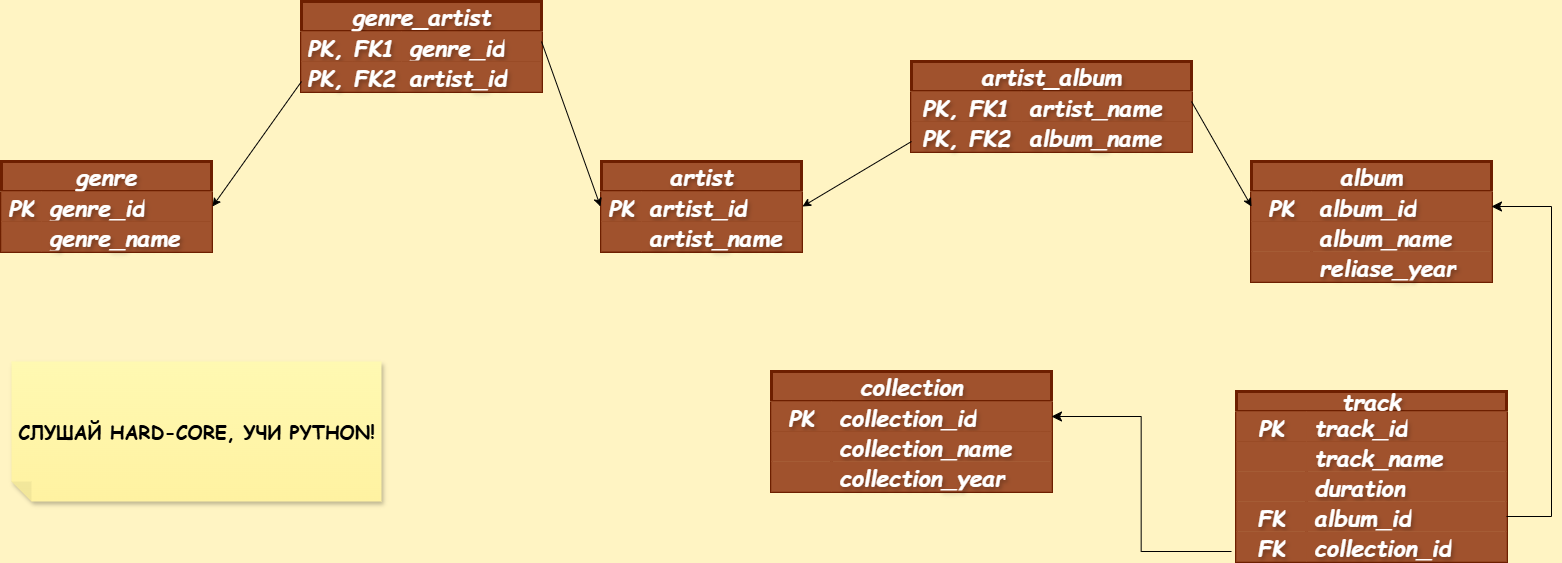
This is Диаграмма ЛеркиROCKNROLL.drawio.png from lerkarocknroll/Home_work_2, a draw.io export, as it was before one commit. Source tidied: cells renumbered, new cells last; positions are measured from the earlier drawing's top-left corner, leaving out a move shared by most shapes.
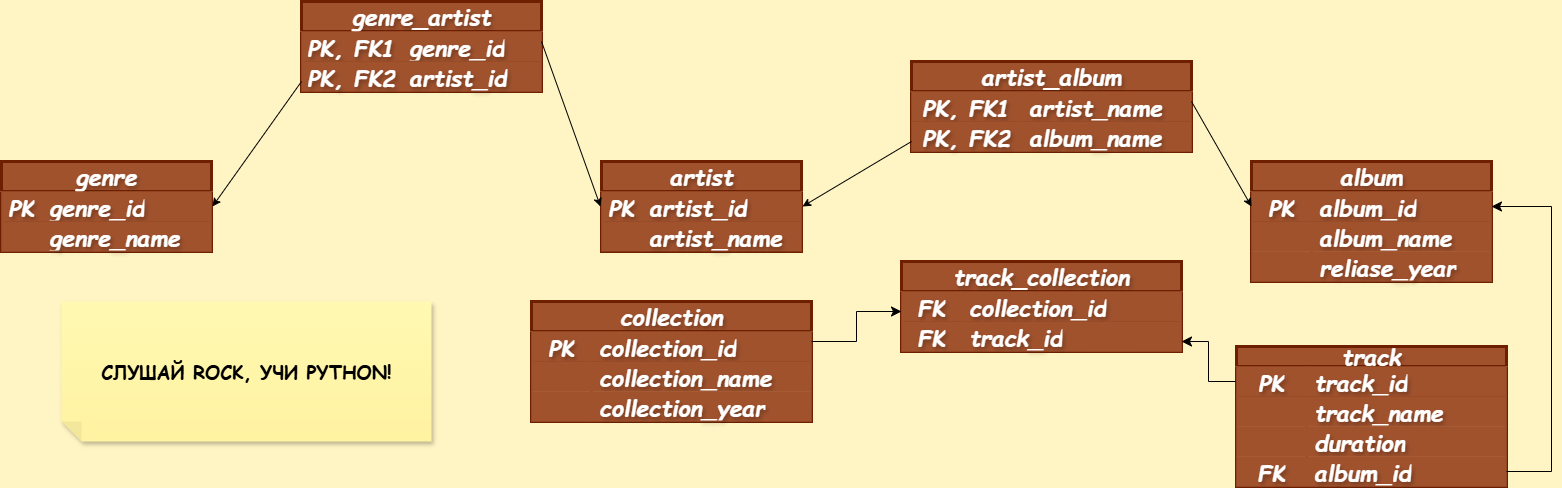
The same diagram one commit later.

Diff of the diagram source:
```diff
@@ -81,7 +81,7 @@
       <mxGeometry x="60" width="180" height="30" as="geometry" />
     </mxCell>
     <mxCell id="27" value="&lt;div style=&quot;overflow: auto; padding: 9.144px 13.716px; text-wrap-mode: wrap; word-break: break-all; text-align: start; margin-top: 0px !important; margin-bottom: 0px !important;&quot;&gt;track&lt;/div&gt;" style="shape=table;startSize=20;rowLines=0;fontStyle=3;align=center;html=1;whiteSpace=wrap;fontFamily=Comic Sans MS;labelBackgroundColor=none;textShadow=1;fillColor=#a0522d;strokeColor=#6D1F00;fontColor=#ffffff;fontSize=23;strokeWidth=3;perimeterSpacing=1;" parent="1" vertex="1">
-      <mxGeometry x="1235" y="390" width="270" height="170" as="geometry" />
+      <mxGeometry x="1235" y="345" width="270" height="140" as="geometry" />
     </mxCell>
     <mxCell id="28" style="shape=tableRow;horizontal=0;startSize=0;swimlaneHead=0;swimlaneBody=0;fillColor=#a0522d;top=0;left=0;right=0;bottom=1;fontFamily=Comic Sans MS;fontStyle=3;labelBackgroundColor=none;textShadow=1;strokeColor=#6D1F00;fontColor=#ffffff;fontSize=23;" parent="27" vertex="1">
       <mxGeometry y="20" width="270" height="30" as="geometry" />
@@ -119,17 +119,8 @@
     <mxCell id="39" value="album_id" style="shape=partialRectangle;fillColor=#a0522d;top=0;left=0;bottom=0;right=0;align=left;spacingLeft=6;overflow=hidden;whiteSpace=wrap;html=1;fontFamily=Comic Sans MS;fontStyle=3;labelBackgroundColor=none;textShadow=1;strokeColor=#6D1F00;fontColor=#ffffff;fontSize=23;" parent="37" vertex="1">
       <mxGeometry x="70" width="200" height="30" as="geometry" />
     </mxCell>
-    <mxCell id="40" style="shape=tableRow;horizontal=0;startSize=0;swimlaneHead=0;swimlaneBody=0;fillColor=#a0522d;top=0;left=0;right=0;bottom=0;fontFamily=Comic Sans MS;fontStyle=3;labelBackgroundColor=none;textShadow=1;strokeColor=#6D1F00;fontColor=#ffffff;fontSize=23;" parent="27" vertex="1">
-      <mxGeometry y="140" width="270" height="30" as="geometry" />
-    </mxCell>
-    <mxCell id="41" value="FK" style="shape=partialRectangle;fillColor=#a0522d;top=0;left=0;bottom=0;right=0;overflow=hidden;whiteSpace=wrap;html=1;fontFamily=Comic Sans MS;fontStyle=3;labelBackgroundColor=none;textShadow=1;strokeColor=#6D1F00;fontColor=#ffffff;fontSize=23;" parent="40" vertex="1">
-      <mxGeometry width="70" height="30" as="geometry" />
-    </mxCell>
-    <mxCell id="42" value="collection_id" style="shape=partialRectangle;fillColor=#a0522d;top=0;left=0;bottom=0;right=0;align=left;spacingLeft=6;overflow=hidden;whiteSpace=wrap;html=1;fontFamily=Comic Sans MS;fontStyle=3;labelBackgroundColor=none;textShadow=1;strokeColor=#6D1F00;fontColor=#ffffff;fontSize=23;" parent="40" vertex="1">
-      <mxGeometry x="70" width="200" height="30" as="geometry" />
-    </mxCell>
-    <mxCell id="43" value="СЛУШАЙ HARD-CORE, УЧИ PYTHON!" style="shape=note;whiteSpace=wrap;html=1;backgroundOutline=1;fontColor=#000000;darkOpacity=0.05;fillColor=#FFF9B2;strokeColor=none;fillStyle=solid;direction=west;gradientDirection=north;gradientColor=#FFF2A1;shadow=1;size=20;fontSize=19;labelBackgroundColor=none;fontStyle=1;fontFamily=Comic Sans MS;" parent="1" vertex="1">
-      <mxGeometry x="10" y="360" width="370" height="140" as="geometry" />
+    <mxCell id="43" value="СЛУШАЙ ROCK, УЧИ PYTHON!" style="shape=note;whiteSpace=wrap;html=1;backgroundOutline=1;fontColor=#000000;darkOpacity=0.05;fillColor=#FFF9B2;strokeColor=none;fillStyle=solid;direction=west;gradientDirection=north;gradientColor=#FFF2A1;shadow=1;size=20;fontSize=19;labelBackgroundColor=none;fontStyle=1;fontFamily=Comic Sans MS;" parent="1" vertex="1">
+      <mxGeometry x="60" y="300" width="370" height="140" as="geometry" />
     </mxCell>
     <mxCell id="44" value="genre_artist" style="shape=table;startSize=30;rowLines=0;fontStyle=3;align=center;html=1;labelPosition=center;verticalLabelPosition=middle;verticalAlign=middle;whiteSpace=wrap;fontFamily=Comic Sans MS;labelBackgroundColor=none;textShadow=1;fillColor=#a0522d;strokeColor=#6D1F00;fontColor=#ffffff;fontSize=23;strokeWidth=3;perimeterSpacing=1;" parent="1" vertex="1">
       <mxGeometry x="300" width="240" height="90" as="geometry" />
@@ -186,7 +177,7 @@
       </mxGeometry>
     </mxCell>
     <mxCell id="60" value="&lt;div style=&quot;overflow: auto; padding: 9.144px 13.716px; text-wrap-mode: wrap; word-break: break-all; text-align: start; margin-top: 0px !important; margin-bottom: 0px !important;&quot;&gt;collection&lt;/div&gt;" style="shape=table;startSize=30;rowLines=0;fontStyle=3;align=center;html=1;whiteSpace=wrap;fontFamily=Comic Sans MS;labelBackgroundColor=none;textShadow=1;fillColor=#a0522d;strokeColor=#6D1F00;fontColor=#ffffff;fontSize=23;strokeWidth=3;perimeterSpacing=1;" parent="1" vertex="1">
-      <mxGeometry x="770" y="370" width="280" height="120" as="geometry" />
+      <mxGeometry x="530" y="300" width="280" height="120" as="geometry" />
     </mxCell>
     <mxCell id="61" style="shape=tableRow;horizontal=0;startSize=0;swimlaneHead=0;swimlaneBody=0;fillColor=#a0522d;points=[[0,0.5],[1,0.5]];portConstraint=eastwest;top=0;left=0;right=0;bottom=1;fontFamily=Comic Sans MS;fontStyle=3;labelBackgroundColor=none;textShadow=1;strokeColor=#6D1F00;fontColor=#ffffff;fontSize=23;" parent="60" vertex="1">
       <mxGeometry y="30" width="280" height="30" as="geometry" />
@@ -242,10 +233,37 @@
         </Array>
       </mxGeometry>
     </mxCell>
-    <mxCell id="75" style="edgeStyle=elbowEdgeStyle;elbow=horizontal;endArrow=classic;html=1;curved=0;rounded=0;endSize=8;startSize=8;entryX=1;entryY=0.5;entryDx=0;entryDy=0;" parent="1" edge="1" target="61">
-      <mxGeometry relative="1" as="geometry">
-        <mxPoint x="1230" y="550" as="sourcePoint" />
-      </mxGeometry>
-    </mxCell>
+    <mxCell id="76" value="&lt;div style=&quot;overflow: auto; padding: 9.144px 13.716px; text-wrap-mode: wrap; word-break: break-all; text-align: start; margin-top: 0px !important; margin-bottom: 0px !important;&quot;&gt;track_collection&lt;/div&gt;" style="shape=table;startSize=30;rowLines=0;fontStyle=3;align=center;html=1;whiteSpace=wrap;fontFamily=Comic Sans MS;labelBackgroundColor=none;textShadow=1;fillColor=#a0522d;strokeColor=#6D1F00;fontColor=#ffffff;fontSize=23;strokeWidth=3;perimeterSpacing=1;" parent="1" vertex="1">
+      <mxGeometry x="900" y="260" width="280" height="90" as="geometry" />
+    </mxCell>
+    <mxCell id="77" style="shape=tableRow;horizontal=0;startSize=0;swimlaneHead=0;swimlaneBody=0;fillColor=#a0522d;top=0;left=0;right=0;bottom=1;fontFamily=Comic Sans MS;fontStyle=3;labelBackgroundColor=none;textShadow=1;strokeColor=#6D1F00;fontColor=#ffffff;fontSize=23;" parent="76" vertex="1">
+      <mxGeometry y="30" width="280" height="30" as="geometry" />
+    </mxCell>
+    <mxCell id="78" value="FK" style="shape=partialRectangle;fillColor=#a0522d;top=0;left=0;bottom=0;right=0;fontStyle=3;overflow=hidden;whiteSpace=wrap;html=1;fontFamily=Comic Sans MS;labelBackgroundColor=none;textShadow=1;strokeColor=#6D1F00;fontColor=#ffffff;fontSize=23;" parent="77" vertex="1">
+      <mxGeometry width="60" height="30" as="geometry" />
+    </mxCell>
+    <mxCell id="42" value="collection_id" style="shape=partialRectangle;fillColor=#a0522d;top=0;left=0;bottom=0;right=0;align=left;spacingLeft=6;fontStyle=3;overflow=hidden;whiteSpace=wrap;html=1;fontFamily=Comic Sans MS;labelBackgroundColor=none;textShadow=1;strokeColor=#6D1F00;fontColor=#ffffff;fontSize=23;" parent="77" vertex="1">
+      <mxGeometry x="60" width="220" height="30" as="geometry" />
+    </mxCell>
+    <mxCell id="79" style="shape=tableRow;horizontal=0;startSize=0;swimlaneHead=0;swimlaneBody=0;fillColor=#a0522d;points=[[0,0.5],[1,0.5]];portConstraint=eastwest;top=0;left=0;right=0;bottom=0;fontFamily=Comic Sans MS;fontStyle=3;labelBackgroundColor=none;textShadow=1;strokeColor=#6D1F00;fontColor=#ffffff;fontSize=23;" parent="76" vertex="1">
+      <mxGeometry y="60" width="280" height="30" as="geometry" />
+    </mxCell>
+    <mxCell id="41" value="FK" style="shape=partialRectangle;fillColor=#a0522d;top=0;left=0;bottom=0;right=0;overflow=hidden;whiteSpace=wrap;html=1;fontFamily=Comic Sans MS;fontStyle=3;labelBackgroundColor=none;textShadow=1;strokeColor=#6D1F00;fontColor=#ffffff;fontSize=23;" parent="79" vertex="1">
+      <mxGeometry width="60" height="30" as="geometry" />
+    </mxCell>
+    <mxCell id="80" value="track_id" style="shape=partialRectangle;fillColor=#a0522d;top=0;left=0;bottom=0;right=0;align=left;spacingLeft=6;overflow=hidden;whiteSpace=wrap;html=1;fontFamily=Comic Sans MS;fontStyle=3;labelBackgroundColor=none;textShadow=1;strokeColor=#6D1F00;fontColor=#ffffff;fontSize=23;" parent="79" vertex="1">
+      <mxGeometry x="60" width="220" height="30" as="geometry" />
+    </mxCell>
+    <mxCell id="81" style="edgeStyle=elbowEdgeStyle;elbow=horizontal;endArrow=classic;html=1;curved=0;rounded=0;endSize=8;startSize=8;entryX=1;entryY=0.667;entryDx=0;entryDy=0;entryPerimeter=0;" parent="1" edge="1" target="79">
+      <mxGeometry relative="1" as="geometry">
+        <mxPoint x="1234" y="380" as="sourcePoint" />
+      </mxGeometry>
+    </mxCell>
+    <mxCell id="82" style="edgeStyle=elbowEdgeStyle;elbow=horizontal;endArrow=classic;html=1;curved=0;rounded=0;endSize=8;startSize=8;" parent="1" edge="1">
+      <mxGeometry relative="1" as="geometry">
+        <mxPoint x="810" y="340" as="sourcePoint" />
+        <mxPoint x="900" y="310" as="targetPoint" />
+      </mxGeometry>
+    </mxCell>
   </root>
 </mxGraphModel>
```
